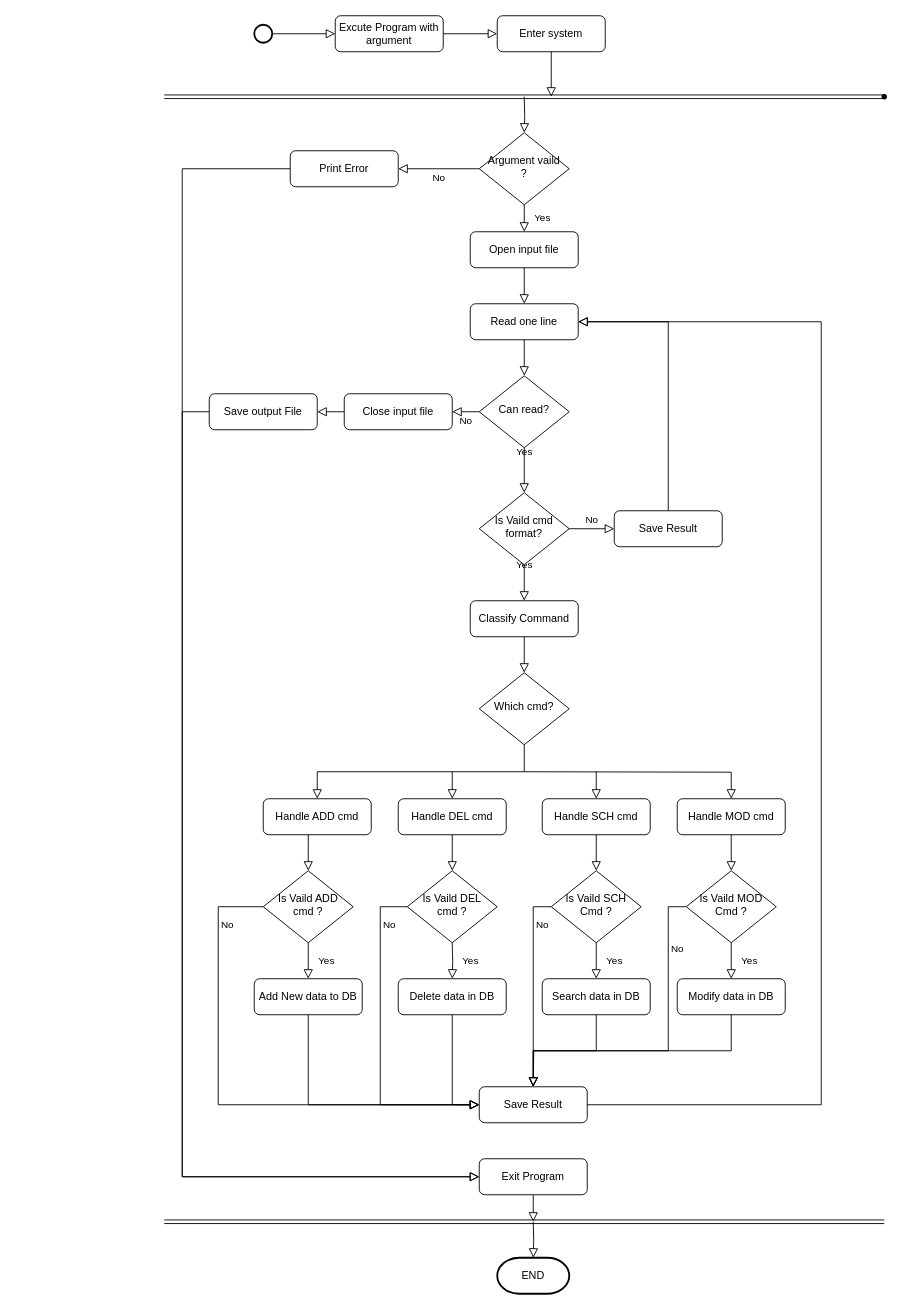
The draw.io diagram Doc/Design/Activity_Diagram.drawio in dongyub1015/Hit, before the edit. Source tidied: cells renumbered, new cells numbered last; positions are measured from the earlier drawing's top-left corner, leaving out a move shared by most shapes. Both pictures are drawn from the tidied source at 90%, with x=0, y=0 at pixel (164, 15).
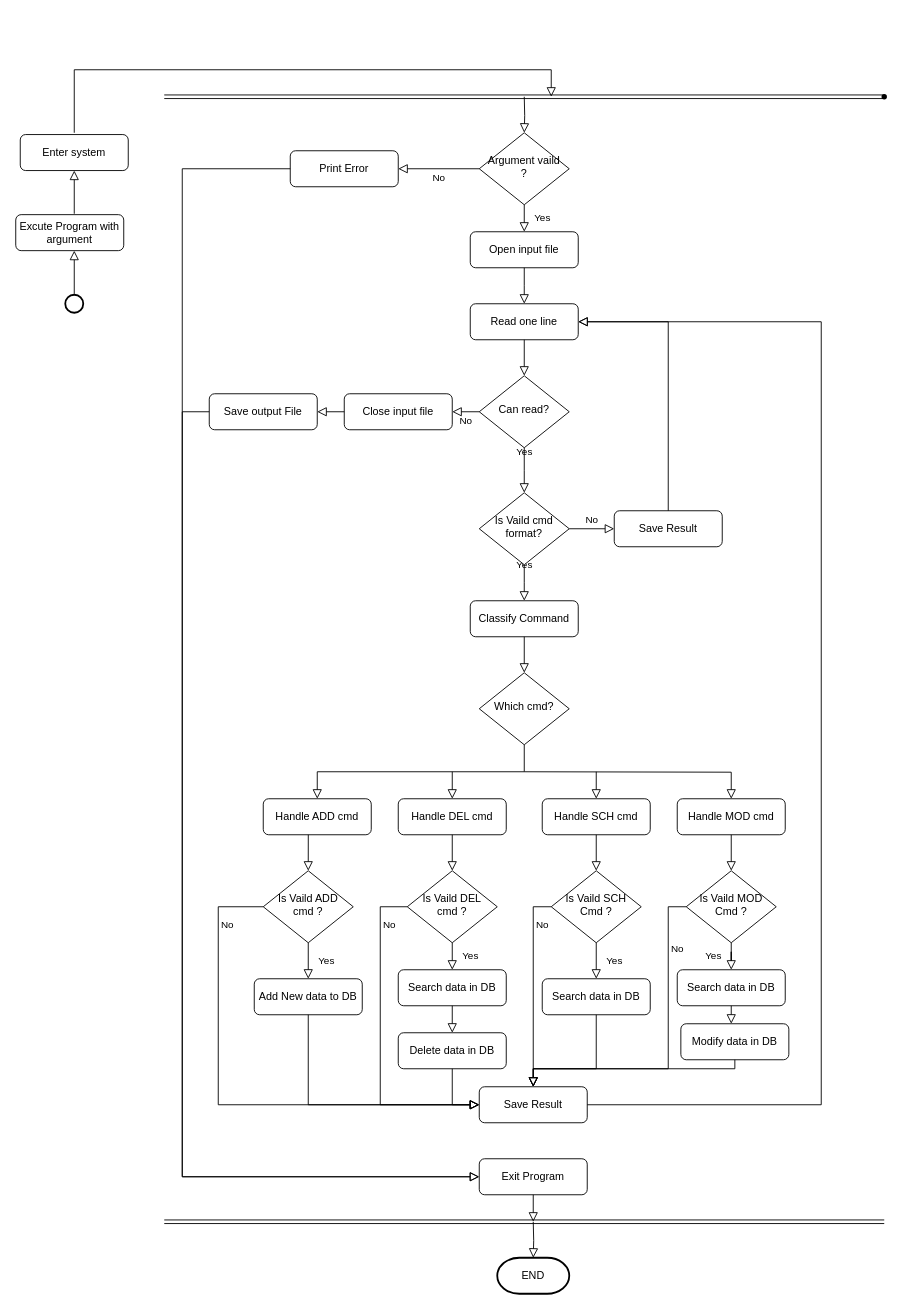
The same diagram, later.

Commit message:
[Design] Update design document for VaildChecker

The change refers to these unchanged cells:
```xml
<mxCell id="18" value="Is Vaild MOD Cmd ?" style="rhombus;whiteSpace=wrap;html=1;shadow=0;fontFamily=Helvetica;fontSize=12;align=center;strokeWidth=1;spacing=6;spacingTop=-4;" parent="1" vertex="1">
  <mxGeometry x="580" y="950" width="100" height="80" as="geometry" />
</mxCell>
<mxCell id="54" value="Search data in DB" style="rounded=1;whiteSpace=wrap;html=1;fontSize=12;glass=0;strokeWidth=1;shadow=0;" parent="1" vertex="1">
  <mxGeometry x="420" y="1070" width="120" height="40" as="geometry" />
</mxCell>
```

What changed in the source:
```diff
@@
     <mxCell id="7" value="Enter system" style="rounded=1;whiteSpace=wrap;html=1;fontSize=12;glass=0;strokeWidth=1;shadow=0;" parent="1" vertex="1">
-      <mxGeometry x="370" width="120" height="40" as="geometry" />
+      <mxGeometry x="-160" y="132" width="120" height="40" as="geometry" />
     </mxCell>
-    <mxCell id="8" style="rounded=0;html=1;jettySize=auto;fontSize=11;endArrow=block;endFill=0;endSize=8;strokeWidth=1;shadow=0;labelBackgroundColor=none;edgeStyle=orthogonalEdgeStyle;exitX=0.5;exitY=1;exitDx=0;exitDy=0;" parent="1" edge="1" source="7">
+    <mxCell id="8" style="rounded=0;html=1;jettySize=auto;orthogonalLoop=1;fontSize=11;endArrow=block;endFill=0;endSize=8;strokeWidth=1;shadow=0;labelBackgroundColor=none;edgeStyle=orthogonalEdgeStyle;" parent="1" edge="1">
       <mxGeometry relative="1" as="geometry">
+        <mxPoint x="-100" y="130" as="sourcePoint" />
         <mxPoint x="430" y="90" as="targetPoint" />
+        <Array as="points">
+          <mxPoint x="-100" y="60" />
+          <mxPoint x="430" y="60" />
+        </Array>
       </mxGeometry>
     </mxCell>
@@
     <mxCell id="11" value="Excute Program with argument" style="rounded=1;whiteSpace=wrap;html=1;" parent="1" vertex="1">
-      <mxGeometry x="190" width="120" height="40" as="geometry" />
+      <mxGeometry x="-165" y="221" width="120" height="40" as="geometry" />
     </mxCell>
-    <mxCell id="12" style="rounded=0;html=1;jettySize=auto;fontSize=11;endArrow=block;endFill=0;endSize=8;strokeWidth=1;shadow=0;labelBackgroundColor=none;edgeStyle=orthogonalEdgeStyle;exitX=1;exitY=0.5;exitDx=0;exitDy=0;" parent="1" edge="1" source="11" target="7">
-      <mxGeometry relative="1" as="geometry" />
+    <mxCell id="12" style="rounded=0;html=1;jettySize=auto;fontSize=11;endArrow=block;endFill=0;endSize=8;strokeWidth=1;shadow=0;labelBackgroundColor=none;edgeStyle=orthogonalEdgeStyle;" parent="1" edge="1" target="7">
+      <mxGeometry relative="1" as="geometry">
+        <mxPoint x="-100" y="220" as="sourcePoint" />
+        <Array as="points">
+          <mxPoint x="-100" y="220" />
+          <mxPoint x="-100" y="220" />
+        </Array>
+      </mxGeometry>
     </mxCell>
-    <mxCell id="13" style="strokeWidth=2;html=1;shape=mxgraph.flowchart.start_2;whiteSpace=wrap;" parent="1" vertex="1">
-      <mxGeometry x="100" y="10" width="20" height="20" as="geometry" />
-    </mxCell>
-    <mxCell id="14" style="rounded=0;html=1;jettySize=auto;fontSize=11;endArrow=block;endFill=0;endSize=8;strokeWidth=1;shadow=0;labelBackgroundColor=none;edgeStyle=orthogonalEdgeStyle;exitX=1;exitY=0.5;exitDx=0;exitDy=0;exitPerimeter=0;entryX=0;entryY=0.5;entryDx=0;entryDy=0;" parent="1" edge="1" source="13" target="11">
-      <mxGeometry relative="1" as="geometry" />
-    </mxCell>
@@
-    <mxCell id="48" value="Delete data in DB" style="rounded=1;whiteSpace=wrap;html=1;fontSize=12;glass=0;strokeWidth=1;shadow=0;" parent="1" vertex="1">
-      <mxGeometry x="260" y="1070" width="120" height="40" as="geometry" />
+    <mxCell id="48" value="Search data in DB" style="rounded=1;whiteSpace=wrap;html=1;fontSize=12;glass=0;strokeWidth=1;shadow=0;" parent="1" vertex="1">
+      <mxGeometry x="260" y="1060" width="120" height="40" as="geometry" />
     </mxCell>
@@
-    <mxCell id="51" style="rounded=0;html=1;jettySize=auto;fontSize=11;endArrow=block;endFill=0;endSize=8;strokeWidth=1;shadow=0;labelBackgroundColor=none;edgeStyle=orthogonalEdgeStyle;exitX=0.5;exitY=1;exitDx=0;exitDy=0;" parent="1" edge="1" source="48">
-      <mxGeometry relative="1" as="geometry">
-        <mxPoint x="350" y="1210" as="targetPoint" />
-        <Array as="points">
-          <mxPoint x="320" y="1210" />
-        </Array>
-      </mxGeometry>
-    </mxCell>
@@
-    <mxCell id="55" value="Modify data in DB" style="rounded=1;whiteSpace=wrap;html=1;fontSize=12;glass=0;strokeWidth=1;shadow=0;" parent="1" vertex="1">
-      <mxGeometry x="570" y="1070" width="120" height="40" as="geometry" />
+    <mxCell id="55" value="Search data in DB" style="rounded=1;whiteSpace=wrap;html=1;fontSize=12;glass=0;strokeWidth=1;shadow=0;" parent="1" vertex="1">
+      <mxGeometry x="570" y="1060" width="120" height="40" as="geometry" />
     </mxCell>
@@
     <mxCell id="62" style="rounded=0;html=1;jettySize=auto;fontSize=11;endArrow=block;endFill=0;endSize=8;strokeWidth=1;shadow=0;labelBackgroundColor=none;edgeStyle=orthogonalEdgeStyle;exitX=0.5;exitY=1;exitDx=0;exitDy=0;" parent="1" edge="1" source="54">
       <mxGeometry relative="1" as="geometry">
         <mxPoint x="410" y="1190" as="targetPoint" />
+        <Array as="points">
+          <mxPoint x="480" y="1170" />
+          <mxPoint x="410" y="1170" />
+        </Array>
       </mxGeometry>
     </mxCell>
-    <mxCell id="63" style="rounded=0;html=1;jettySize=auto;fontSize=11;endArrow=block;endFill=0;endSize=8;strokeWidth=1;shadow=0;labelBackgroundColor=none;edgeStyle=orthogonalEdgeStyle;exitX=0.5;exitY=1;exitDx=0;exitDy=0;" parent="1" edge="1" source="55">
-      <mxGeometry relative="1" as="geometry">
-        <mxPoint x="410" y="1190" as="targetPoint" />
-        <Array as="points">
-          <mxPoint x="630" y="1150" />
-          <mxPoint x="410" y="1150" />
-        </Array>
-      </mxGeometry>
-    </mxCell>
@@
     <mxCell id="73" value="No" style="rounded=0;html=1;jettySize=auto;fontSize=11;endArrow=block;endFill=0;endSize=8;strokeWidth=1;shadow=0;labelBackgroundColor=none;edgeStyle=orthogonalEdgeStyle;exitX=0;exitY=0.5;exitDx=0;exitDy=0;" parent="1" edge="1" source="18">
       <mxGeometry x="-0.64" y="10" relative="1" as="geometry">
         <mxPoint x="410" y="1190" as="targetPoint" />
         <Array as="points">
           <mxPoint x="560" y="990" />
-          <mxPoint x="560" y="1150" />
-          <mxPoint x="410" y="1150" />
+          <mxPoint x="560" y="1170" />
+          <mxPoint x="410" y="1170" />
         </Array>
       </mxGeometry>
     </mxCell>
+    <mxCell id="74" value="Delete data in DB" style="rounded=1;whiteSpace=wrap;html=1;fontSize=12;glass=0;strokeWidth=1;shadow=0;" parent="1" vertex="1">
+      <mxGeometry x="260" y="1130" width="120" height="40" as="geometry" />
+    </mxCell>
+    <mxCell id="75" style="rounded=0;html=1;jettySize=auto;fontSize=11;endArrow=block;endFill=0;endSize=8;strokeWidth=1;shadow=0;labelBackgroundColor=none;edgeStyle=orthogonalEdgeStyle;exitX=0.5;exitY=1;exitDx=0;exitDy=0;entryX=0.5;entryY=0;entryDx=0;entryDy=0;" parent="1" edge="1" source="48" target="74">
+      <mxGeometry relative="1" as="geometry" />
+    </mxCell>
+    <mxCell id="76" style="rounded=0;html=1;jettySize=auto;fontSize=11;endArrow=block;endFill=0;endSize=8;strokeWidth=1;shadow=0;labelBackgroundColor=none;edgeStyle=orthogonalEdgeStyle;exitX=0.5;exitY=1;exitDx=0;exitDy=0;" parent="1" edge="1" source="74">
+      <mxGeometry relative="1" as="geometry">
+        <mxPoint x="350" y="1210" as="targetPoint" />
+        <Array as="points">
+          <mxPoint x="320" y="1210" />
+        </Array>
+      </mxGeometry>
+    </mxCell>
+    <mxCell id="77" value="Modify data in DB" style="rounded=1;whiteSpace=wrap;html=1;fontSize=12;glass=0;strokeWidth=1;shadow=0;" parent="1" vertex="1">
+      <mxGeometry x="574" y="1120" width="120" height="40" as="geometry" />
+    </mxCell>
+    <mxCell id="78" style="rounded=0;html=1;jettySize=auto;fontSize=11;endArrow=block;endFill=0;endSize=8;strokeWidth=1;shadow=0;labelBackgroundColor=none;edgeStyle=orthogonalEdgeStyle;exitX=0.5;exitY=1;exitDx=0;exitDy=0;" parent="1" edge="1" source="55">
+      <mxGeometry relative="1" as="geometry">
+        <mxPoint x="630" y="1120" as="targetPoint" />
+      </mxGeometry>
+    </mxCell>
+    <mxCell id="79" style="rounded=0;html=1;jettySize=auto;fontSize=11;endArrow=block;endFill=0;endSize=8;strokeWidth=1;shadow=0;labelBackgroundColor=none;edgeStyle=orthogonalEdgeStyle;exitX=0.5;exitY=1;exitDx=0;exitDy=0;" parent="1" edge="1" source="77">
+      <mxGeometry relative="1" as="geometry">
+        <mxPoint x="410" y="1190" as="targetPoint" />
+        <Array as="points">
+          <mxPoint x="634" y="1170" />
+        </Array>
+      </mxGeometry>
+    </mxCell>
+    <mxCell id="13" style="strokeWidth=2;html=1;shape=mxgraph.flowchart.start_2;whiteSpace=wrap;" parent="1" vertex="1">
+      <mxGeometry x="-110" y="310" width="20" height="20" as="geometry" />
+    </mxCell>
+    <mxCell id="80" style="rounded=0;html=1;jettySize=auto;orthogonalLoop=1;fontSize=11;endArrow=block;endFill=0;endSize=8;strokeWidth=1;shadow=0;labelBackgroundColor=none;edgeStyle=orthogonalEdgeStyle;" parent="1" edge="1">
+      <mxGeometry relative="1" as="geometry">
+        <mxPoint x="-100" y="309" as="sourcePoint" />
+        <mxPoint x="-100" y="261" as="targetPoint" />
+        <Array as="points">
+          <mxPoint x="-100" y="309" />
+          <mxPoint x="-100" y="309" />
+        </Array>
+      </mxGeometry>
+    </mxCell>
```
